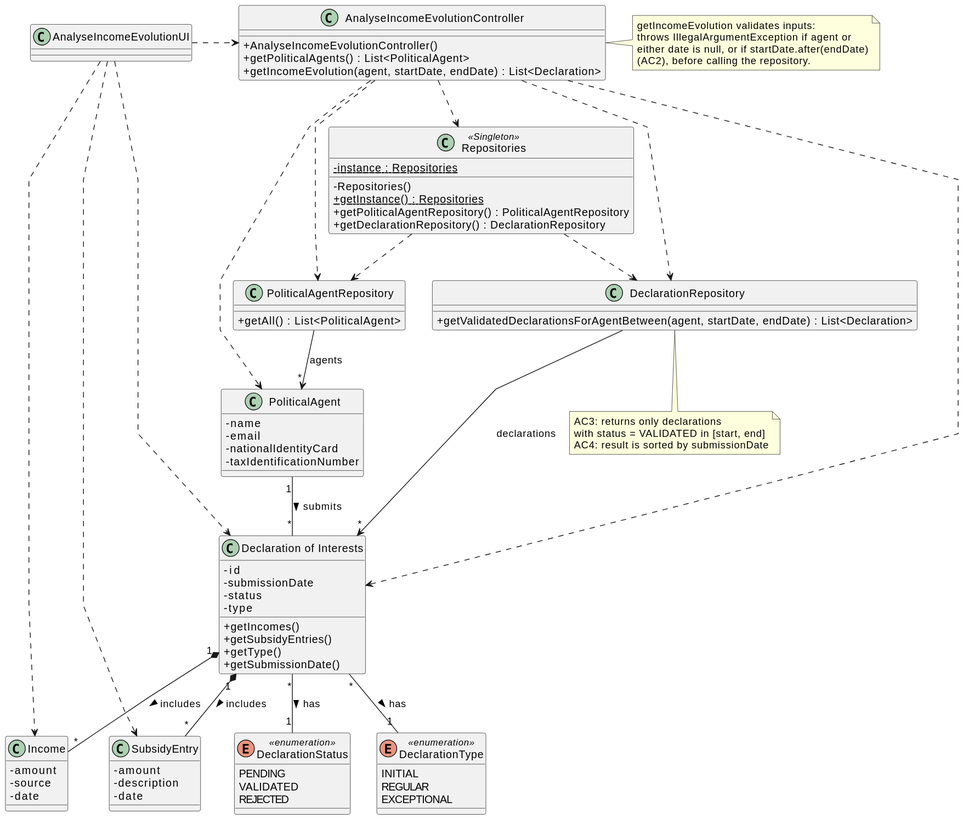
Before: docs/system-documentation/US10/03.design/svg/US10-CD.svg, a diagram exported from PlantUML (brunodspinto/crystal-clear-platform).
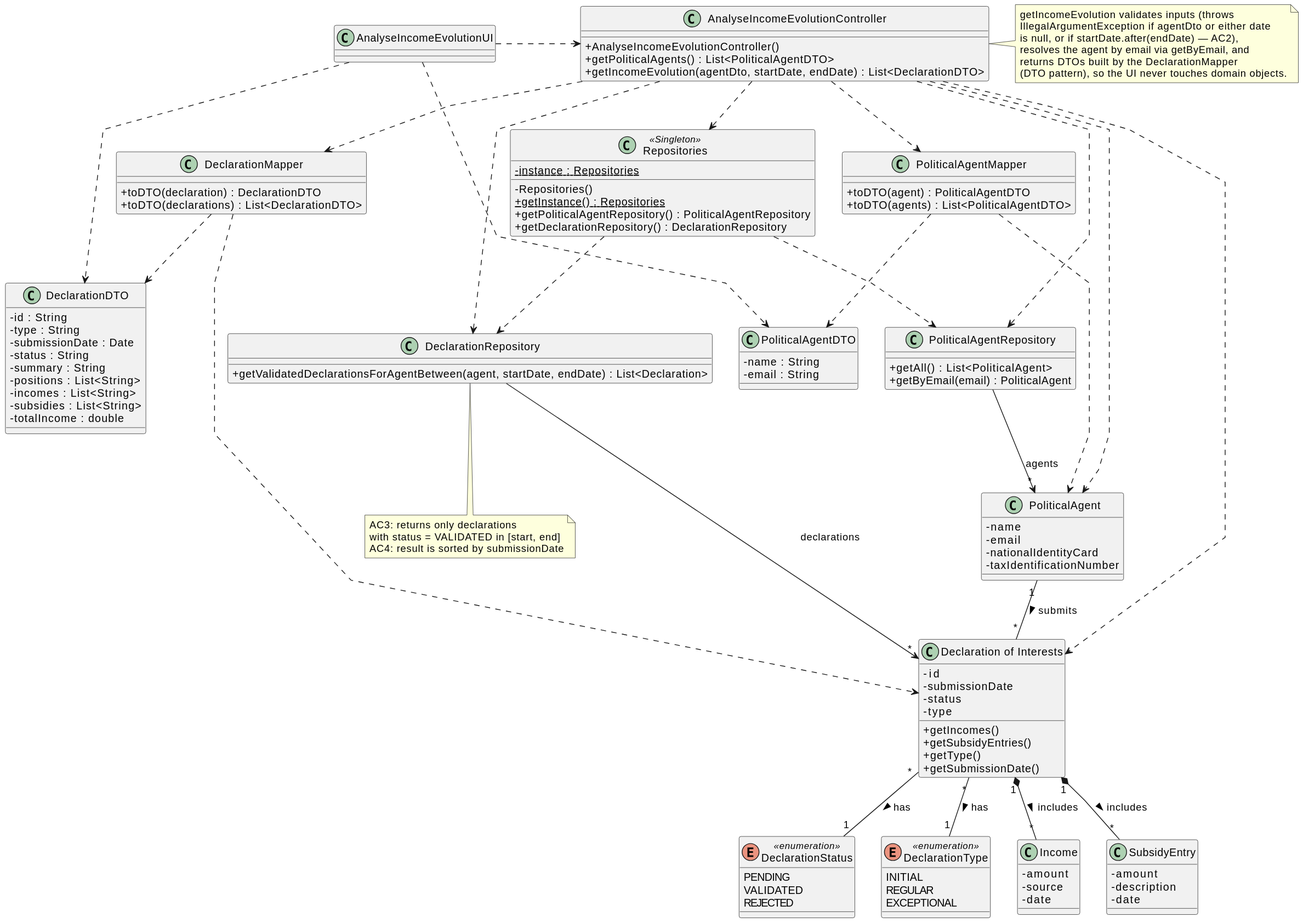
Later version of the same file.

Change to the diagram source:
```diff
@@ -9,8 +9,35 @@
 
 class AnalyseIncomeEvolutionController {
     + AnalyseIncomeEvolutionController()
-    + getPoliticalAgents() : List<PoliticalAgent>
-    + getIncomeEvolution(agent, startDate, endDate) : List<Declaration>
+    + getPoliticalAgents() : List<PoliticalAgentDTO>
+    + getIncomeEvolution(agentDto, startDate, endDate) : List<DeclarationDTO>
+}
+
+class PoliticalAgentDTO {
+    - name : String
+    - email : String
+}
+
+class DeclarationDTO {
+    - id : String
+    - type : String
+    - submissionDate : Date
+    - status : String
+    - summary : String
+    - positions : List<String>
+    - incomes : List<String>
+    - subsidies : List<String>
+    - totalIncome : double
+}
+
+class PoliticalAgentMapper {
+    + toDTO(agent) : PoliticalAgentDTO
+    + toDTO(agents) : List<PoliticalAgentDTO>
+}
+
+class DeclarationMapper {
+    + toDTO(declaration) : DeclarationDTO
+    + toDTO(declarations) : List<DeclarationDTO>
 }
 
 class Repositories <<Singleton>> {
@@ -23,6 +50,7 @@
 
 class PoliticalAgentRepository {
     + getAll() : List<PoliticalAgent>
+    + getByEmail(email) : PoliticalAgent
 }
 
 class DeclarationRepository {
@@ -81,9 +109,15 @@
 AnalyseIncomeEvolutionController ..> PoliticalAgent
 AnalyseIncomeEvolutionController ..> Declaration
 
-AnalyseIncomeEvolutionUI ..> Declaration
-AnalyseIncomeEvolutionUI ..> Income
-AnalyseIncomeEvolutionUI ..> SubsidyEntry
+AnalyseIncomeEvolutionUI ..> PoliticalAgentDTO
+AnalyseIncomeEvolutionUI ..> DeclarationDTO
+
+AnalyseIncomeEvolutionController ..> PoliticalAgentMapper
+AnalyseIncomeEvolutionController ..> DeclarationMapper
+PoliticalAgentMapper ..> PoliticalAgent
+PoliticalAgentMapper ..> PoliticalAgentDTO
+DeclarationMapper ..> Declaration
+DeclarationMapper ..> DeclarationDTO
 
 PoliticalAgentRepository --> "*" PoliticalAgent : agents
 DeclarationRepository --> "*" Declaration : declarations
@@ -95,10 +129,12 @@
 Declaration "1" *-- "*" SubsidyEntry : includes >
 
 note right of AnalyseIncomeEvolutionController
-    getIncomeEvolution validates inputs:
-    throws IllegalArgumentException if agent or
-    either date is null, or if startDate.after(endDate)
-    (AC2), before calling the repository.
+    getIncomeEvolution validates inputs (throws
+    IllegalArgumentException if agentDto or either date
+    is null, or if startDate.after(endDate) — AC2),
+    resolves the agent by email via getByEmail, and
+    returns DTOs built by the DeclarationMapper
+    (DTO pattern), so the UI never touches domain objects.
 end note
 
 note bottom of DeclarationRepository
```
